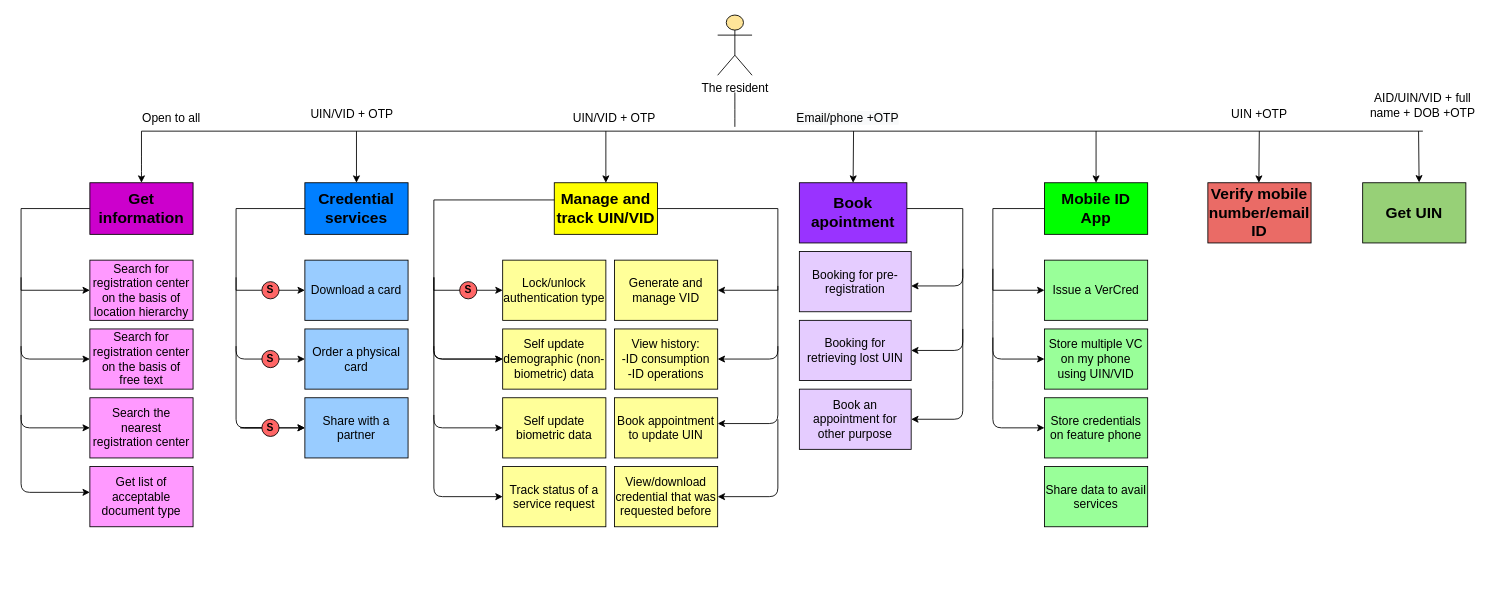
Before: resident-services-flow-chart/entire-feature-list.drawio in singhpragya279/Resident_services, a draw.io diagram. Source tidied: cells renumbered, new cells numbered last; positions are measured from the earlier drawing's top-left corner, leaving out a move shared by most shapes. Both pictures are drawn from the tidied source at 86%, with x=0, y=0 at pixel (21, 15).
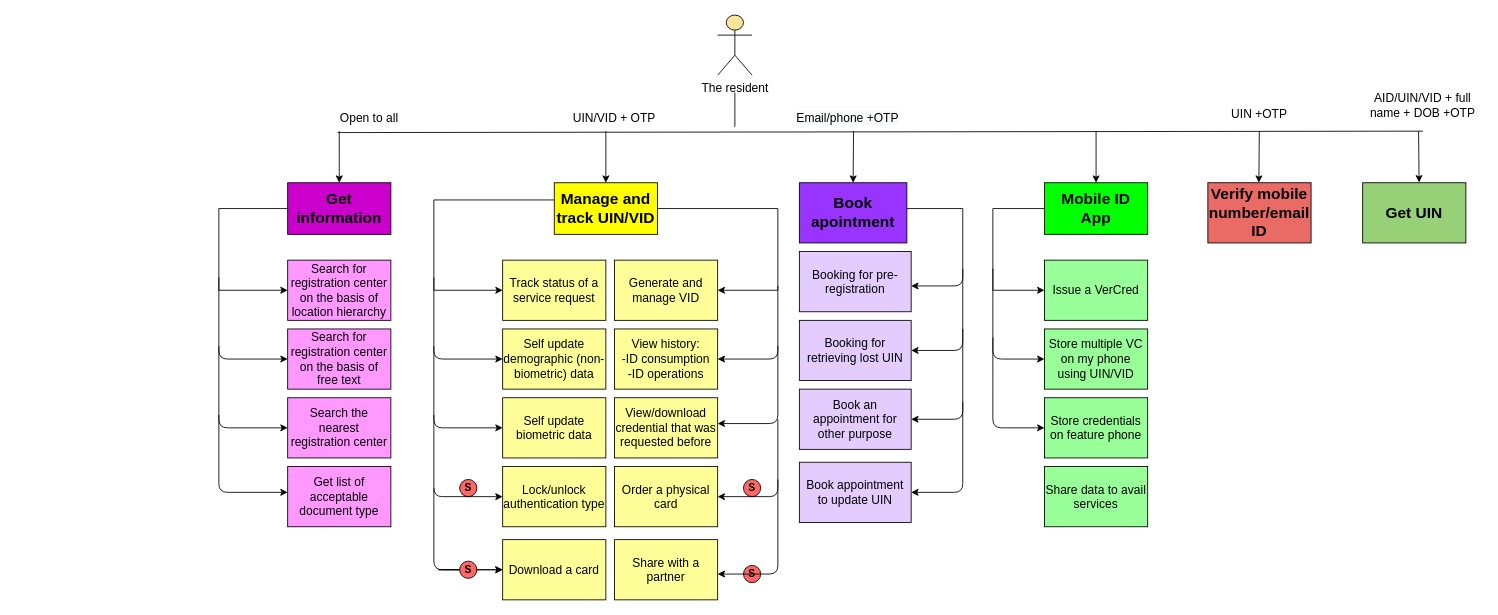
The same page after the edit.

Diff of the diagram source:
```diff
@@
-    <mxCell id="4" style="endArrow=none;html=1;" parent="1" edge="1">
+    <mxCell id="4" style="endArrow=none;html=1;exitX=0.164;exitY=1.333;exitDx=0;exitDy=0;exitPerimeter=0;" parent="1" edge="1" source="63">
       <mxGeometry relative="1" as="geometry">
-        <mxPoint x="140" y="135" as="sourcePoint" />
         <mxPoint x="1630" y="135" as="targetPoint" />
       </mxGeometry>
     </mxCell>
     <mxCell id="5" style="endArrow=classic;html=1;entryX=0.5;entryY=0;entryDx=0;entryDy=0;" parent="1" edge="1">
       <mxGeometry relative="1" as="geometry">
-        <mxPoint x="140" y="135" as="sourcePoint" />
-        <mxPoint x="140" y="195" as="targetPoint" />
+        <mxPoint x="370" y="135" as="sourcePoint" />
+        <mxPoint x="370" y="195" as="targetPoint" />
         <Array as="points">
-          <mxPoint x="140" y="175" />
+          <mxPoint x="370" y="175" />
         </Array>
       </mxGeometry>
     </mxCell>
-    <mxCell id="6" style="endArrow=classic;html=1;entryX=0.5;entryY=0;entryDx=0;entryDy=0;" parent="1" edge="1" target="13">
-      <mxGeometry relative="1" as="geometry">
-        <mxPoint x="390" y="135" as="sourcePoint" />
-      </mxGeometry>
-    </mxCell>
@@
     <mxCell id="9" style="edgeStyle=orthogonalEdgeStyle;rounded=0;jettySize=auto;html=1;entryX=0;entryY=0.5;entryDx=0;entryDy=0;" parent="1" edge="1" source="10" target="11">
       <mxGeometry relative="1" as="geometry">
         <Array as="points">
-          <mxPoint y="225" />
-          <mxPoint y="320" />
+          <mxPoint x="230" y="225" />
+          <mxPoint x="230" y="320" />
         </Array>
       </mxGeometry>
     </mxCell>
     <mxCell id="10" value="&lt;span&gt;&lt;font style=&quot;font-size: 18px&quot;&gt;&lt;b&gt;Get information&lt;/b&gt;&lt;/font&gt;&lt;/span&gt;" style="rounded=0;whiteSpace=wrap;html=1;fillColor=#CC00CC;" parent="1" vertex="1">
-      <mxGeometry x="80" y="195" width="120" height="60" as="geometry" />
+      <mxGeometry x="310" y="195" width="120" height="60" as="geometry" />
     </mxCell>
     <mxCell id="11" value="&lt;font style=&quot;font-size: 14px&quot;&gt;Search for registration center on the basis of location hierarchy&lt;/font&gt;" style="rounded=0;whiteSpace=wrap;html=1;fillColor=#FF99FF;" parent="1" vertex="1">
-      <mxGeometry x="80" y="285" width="120" height="70" as="geometry" />
+      <mxGeometry x="310" y="285" width="120" height="70" as="geometry" />
     </mxCell>
     <mxCell id="12" value="&lt;span&gt;&lt;font style=&quot;font-size: 14px&quot;&gt;Search the nearest registration center&lt;/font&gt;&lt;/span&gt;" style="rounded=0;whiteSpace=wrap;html=1;fillColor=#FF99FF;" parent="1" vertex="1">
-      <mxGeometry x="80" y="445" width="120" height="70" as="geometry" />
+      <mxGeometry x="310" y="445" width="120" height="70" as="geometry" />
     </mxCell>
-    <mxCell id="13" value="&lt;span&gt;&lt;font style=&quot;font-size: 18px&quot;&gt;&lt;b&gt;Credential services&lt;/b&gt;&lt;/font&gt;&lt;/span&gt;" style="rounded=0;whiteSpace=wrap;html=1;fillColor=#007FFF;" parent="1" vertex="1">
-      <mxGeometry x="330" y="195" width="120" height="60" as="geometry" />
-    </mxCell>
-    <mxCell id="14" value="&lt;span&gt;&lt;font style=&quot;font-size: 14px&quot;&gt;Download a card&lt;/font&gt;&lt;/span&gt;" style="rounded=0;whiteSpace=wrap;html=1;fillColor=#99CCFF;" parent="1" vertex="1">
-      <mxGeometry x="330" y="285" width="120" height="70" as="geometry" />
+    <mxCell id="14" value="&lt;span&gt;&lt;font style=&quot;font-size: 14px&quot;&gt;Download a card&lt;/font&gt;&lt;/span&gt;" style="rounded=0;whiteSpace=wrap;html=1;fillColor=#FFFF99;" parent="1" vertex="1">
+      <mxGeometry x="560" y="610" width="120" height="70" as="geometry" />
     </mxCell>
     <mxCell id="15" value="&lt;font style=&quot;font-size: 14px&quot;&gt;Search for registration center on the basis of free text&lt;/font&gt;" style="rounded=0;whiteSpace=wrap;html=1;fillColor=#FF99FF;" parent="1" vertex="1">
-      <mxGeometry x="80" y="365" width="120" height="70" as="geometry" />
+      <mxGeometry x="310" y="365" width="120" height="70" as="geometry" />
     </mxCell>
     <mxCell id="16" value="&lt;span&gt;&lt;font style=&quot;font-size: 14px&quot;&gt;Get list of acceptable document type&lt;/font&gt;&lt;/span&gt;" style="rounded=0;whiteSpace=wrap;html=1;fillColor=#FF99FF;" parent="1" vertex="1">
-      <mxGeometry x="80" y="525" width="120" height="70" as="geometry" />
+      <mxGeometry x="310" y="525" width="120" height="70" as="geometry" />
     </mxCell>
-    <mxCell id="17" value="&lt;span&gt;&lt;font style=&quot;font-size: 14px&quot;&gt;Order a physical card&lt;/font&gt;&lt;/span&gt;" style="rounded=0;whiteSpace=wrap;html=1;fillColor=#99CCFF;" parent="1" vertex="1">
-      <mxGeometry x="330" y="365" width="120" height="70" as="geometry" />
+    <mxCell id="17" value="&lt;span&gt;&lt;font style=&quot;font-size: 14px&quot;&gt;Order a physical card&lt;/font&gt;&lt;/span&gt;" style="rounded=0;whiteSpace=wrap;html=1;fillColor=#FFFF99;" parent="1" vertex="1">
+      <mxGeometry x="690" y="525" width="120" height="70" as="geometry" />
     </mxCell>
     <mxCell id="18" style="endArrow=classic;html=1;entryX=0;entryY=0.5;entryDx=0;entryDy=0;" parent="1" edge="1" target="15">
       <mxGeometry relative="1" as="geometry">
-        <mxPoint y="305" as="sourcePoint" />
+        <mxPoint x="230" y="305" as="sourcePoint" />
         <Array as="points">
-          <mxPoint y="400" />
+          <mxPoint x="230" y="400" />
         </Array>
       </mxGeometry>
     </mxCell>
     <mxCell id="19" style="endArrow=classic;html=1;entryX=0;entryY=0.5;entryDx=0;entryDy=0;" parent="1" edge="1">
       <mxGeometry relative="1" as="geometry">
-        <mxPoint y="385" as="sourcePoint" />
-        <mxPoint x="80" y="480" as="targetPoint" />
+        <mxPoint x="230" y="385" as="sourcePoint" />
+        <mxPoint x="310" y="480" as="targetPoint" />
         <Array as="points">
-          <mxPoint y="480" />
+          <mxPoint x="230" y="480" />
         </Array>
       </mxGeometry>
     </mxCell>
     <mxCell id="20" style="endArrow=classic;html=1;entryX=0;entryY=0.5;entryDx=0;entryDy=0;" parent="1" edge="1">
       <mxGeometry relative="1" as="geometry">
-        <mxPoint y="465" as="sourcePoint" />
-        <mxPoint x="80" y="555" as="targetPoint" />
+        <mxPoint x="230" y="465" as="sourcePoint" />
+        <mxPoint x="310" y="555" as="targetPoint" />
         <Array as="points">
-          <mxPoint y="555" />
+          <mxPoint x="230" y="555" />
         </Array>
       </mxGeometry>
     </mxCell>
-    <mxCell id="21" style="edgeStyle=orthogonalEdgeStyle;rounded=0;orthogonalLoop=1;jettySize=auto;html=1;entryX=0;entryY=0.5;entryDx=0;entryDy=0;" parent="1" edge="1">
-      <mxGeometry relative="1" as="geometry">
-        <mxPoint x="330" y="225" as="sourcePoint" />
-        <mxPoint x="330" y="320" as="targetPoint" />
-        <Array as="points">
-          <mxPoint x="250" y="225" />
-          <mxPoint x="250" y="320" />
-        </Array>
-      </mxGeometry>
-    </mxCell>
-    <mxCell id="22" style="endArrow=classic;html=1;entryX=0;entryY=0.5;entryDx=0;entryDy=0;" parent="1" edge="1">
-      <mxGeometry relative="1" as="geometry">
-        <mxPoint x="250" y="305" as="sourcePoint" />
-        <mxPoint x="330" y="400" as="targetPoint" />
-        <Array as="points">
-          <mxPoint x="250" y="400" />
-        </Array>
-      </mxGeometry>
-    </mxCell>
     <mxCell id="23" style="endArrow=classic;html=1;entryX=0;entryY=0.5;entryDx=0;entryDy=0;" parent="1" edge="1" source="39">
       <mxGeometry relative="1" as="geometry">
-        <mxPoint x="330" y="480" as="targetPoint" />
+        <mxPoint x="560" y="645" as="targetPoint" />
         <Array as="points">
-          <mxPoint x="250" y="480" />
+          <mxPoint x="480" y="645" />
         </Array>
       </mxGeometry>
     </mxCell>
-    <mxCell id="24" value="&lt;span&gt;&lt;font style=&quot;font-size: 14px&quot;&gt;Share with a partner&lt;/font&gt;&lt;/span&gt;" style="rounded=0;whiteSpace=wrap;html=1;fillColor=#99CCFF;strokeColor=#000000;" parent="1" vertex="1">
-      <mxGeometry x="330" y="445" width="120" height="70" as="geometry" />
+    <mxCell id="24" value="&lt;span&gt;&lt;font style=&quot;font-size: 14px&quot;&gt;Share with a partner&lt;/font&gt;&lt;/span&gt;" style="rounded=0;whiteSpace=wrap;html=1;fillColor=#FFFF99;strokeColor=#000000;" parent="1" vertex="1">
+      <mxGeometry x="690" y="610" width="120" height="70" as="geometry" />
     </mxCell>
-    <mxCell id="25" value="&lt;span style=&quot;font-size: 14px&quot;&gt;Lock/unlock authentication type&lt;/span&gt;" style="rounded=0;whiteSpace=wrap;html=1;fillColor=#FFFF99;" parent="1" vertex="1">
+    <mxCell id="25" value="&lt;span style=&quot;font-size: 14px&quot;&gt;Track status of a service request&lt;/span&gt;" style="rounded=0;whiteSpace=wrap;html=1;fillColor=#FFFF99;" parent="1" vertex="1">
       <mxGeometry x="560" y="285" width="120" height="70" as="geometry" />
     </mxCell>
@@
     <mxCell id="34" value="&lt;b&gt;S&lt;/b&gt;" style="ellipse;whiteSpace=wrap;html=1;fillColor=#FF6666;" parent="1" vertex="1">
-      <mxGeometry x="280" y="310" width="20" height="20" as="geometry" />
+      <mxGeometry x="840" y="540" width="20" height="20" as="geometry" />
     </mxCell>
     <mxCell id="35" value="&lt;b&gt;S&lt;/b&gt;" style="ellipse;whiteSpace=wrap;html=1;fillColor=#FF6666;" parent="1" vertex="1">
-      <mxGeometry x="280" y="390" width="20" height="20" as="geometry" />
+      <mxGeometry x="840" y="640" width="20" height="20" as="geometry" />
     </mxCell>
     <mxCell id="36" style="endArrow=classic;html=1;entryX=0;entryY=0.5;entryDx=0;entryDy=0;" parent="1" edge="1">
       <mxGeometry relative="1" as="geometry">
-        <mxPoint x="250" y="385" as="sourcePoint" />
-        <mxPoint x="330" y="480" as="targetPoint" />
+        <mxPoint x="480" y="550" as="sourcePoint" />
+        <mxPoint x="560" y="645" as="targetPoint" />
         <Array as="points">
-          <mxPoint x="250" y="480" />
+          <mxPoint x="480" y="645" />
         </Array>
       </mxGeometry>
     </mxCell>
@@
-    <mxCell id="38" style="endArrow=classic;html=1;entryX=0;entryY=0.5;entryDx=0;entryDy=0;" parent="1" edge="1">
-      <mxGeometry relative="1" as="geometry">
-        <mxPoint x="480" y="305" as="sourcePoint" />
-        <mxPoint x="560" y="400" as="targetPoint" />
-        <Array as="points">
-          <mxPoint x="480" y="400" />
-        </Array>
-      </mxGeometry>
-    </mxCell>
     <mxCell id="39" value="&lt;b&gt;S&lt;/b&gt;" style="ellipse;whiteSpace=wrap;html=1;fillColor=#FF6666;" parent="1" vertex="1">
-      <mxGeometry x="280" y="470" width="20" height="20" as="geometry" />
+      <mxGeometry x="510" y="635" width="20" height="20" as="geometry" />
     </mxCell>
@@
     <mxCell id="53" value="&lt;b&gt;S&lt;/b&gt;" style="ellipse;whiteSpace=wrap;html=1;fillColor=#FF6666;" parent="1" vertex="1">
-      <mxGeometry x="510" y="310" width="20" height="20" as="geometry" />
+      <mxGeometry x="510" y="540" width="20" height="20" as="geometry" />
     </mxCell>
     <mxCell id="54" value="&lt;span style=&quot;font-size: 14px&quot;&gt;View/download credential that was requested before&lt;/span&gt;" style="rounded=0;whiteSpace=wrap;html=1;fillColor=#FFFF99;" parent="1" vertex="1">
-      <mxGeometry x="690" y="525" width="120" height="70" as="geometry" />
+      <mxGeometry x="690" y="445" width="120" height="70" as="geometry" />
     </mxCell>
-    <mxCell id="55" value="&lt;font style=&quot;font-size: 14px&quot;&gt;Track status of a service request&lt;/font&gt;" style="rounded=0;whiteSpace=wrap;html=1;fillColor=#FFFF99;" parent="1" vertex="1">
+    <mxCell id="55" value="&lt;span style=&quot;font-size: 14px&quot;&gt;Lock/unlock authentication type&lt;/span&gt;" style="rounded=0;whiteSpace=wrap;html=1;fillColor=#FFFF99;" parent="1" vertex="1">
       <mxGeometry x="560" y="525" width="120" height="70" as="geometry" />
     </mxCell>
-    <mxCell id="56" value="&lt;span style=&quot;font-size: 14px&quot;&gt;Book appointment to update UIN&lt;/span&gt;&lt;span&gt;&lt;font&gt;&lt;br&gt;&lt;/font&gt;&lt;/span&gt;" style="rounded=0;whiteSpace=wrap;html=1;fillColor=#FFFF99;" parent="1" vertex="1">
-      <mxGeometry x="690" y="445" width="120" height="70" as="geometry" />
-    </mxCell>
@@
-    <mxCell id="62" value="&lt;font style=&quot;font-size: 14px&quot;&gt;UIN/VID + OTP&lt;/font&gt;" style="text;html=1;strokeColor=none;fillColor=none;align=center;verticalAlign=middle;whiteSpace=wrap;rounded=0;" parent="1" vertex="1">
-      <mxGeometry x="330" y="105" width="110" height="20" as="geometry" />
-    </mxCell>
     <mxCell id="63" value="&lt;font style=&quot;font-size: 14px&quot;&gt;Open to all&lt;/font&gt;" style="text;html=1;strokeColor=none;fillColor=none;align=center;verticalAlign=middle;whiteSpace=wrap;rounded=0;" parent="1" vertex="1">
-      <mxGeometry x="120" y="110" width="110" height="20" as="geometry" />
+      <mxGeometry x="350" y="110" width="110" height="20" as="geometry" />
     </mxCell>
@@
-    <mxCell id="65" style="endArrow=classic;html=1;entryX=1;entryY=0.5;entryDx=0;entryDy=0;" parent="1" edge="1" target="54">
+    <mxCell id="65" style="endArrow=classic;html=1;entryX=1;entryY=0.5;entryDx=0;entryDy=0;" parent="1" edge="1" target="17">
       <mxGeometry relative="1" as="geometry">
         <mxPoint x="880" y="470" as="sourcePoint" />
         <Array as="points">
           <mxPoint x="880" y="560" />
         </Array>
       </mxGeometry>
     </mxCell>
@@
+    <mxCell id="75" style="endArrow=classic;html=1;entryX=1;entryY=0.5;entryDx=0;entryDy=0;" parent="1" edge="1">
+      <mxGeometry relative="1" as="geometry">
+        <mxPoint x="880" y="540" as="sourcePoint" />
+        <mxPoint x="810" y="650" as="targetPoint" />
+        <Array as="points">
+          <mxPoint x="880" y="650" />
+        </Array>
+      </mxGeometry>
+    </mxCell>
+    <mxCell id="76" style="endArrow=classic;html=1;" parent="1" edge="1">
+      <mxGeometry relative="1" as="geometry">
+        <mxPoint x="1095" y="450" as="sourcePoint" />
+        <mxPoint x="1035" y="555" as="targetPoint" />
+        <Array as="points">
+          <mxPoint x="1095" y="555" />
+        </Array>
+      </mxGeometry>
+    </mxCell>
+    <mxCell id="56" value="&lt;span style=&quot;font-size: 14px&quot;&gt;Book appointment to update UIN&lt;/span&gt;" style="rounded=0;whiteSpace=wrap;html=1;fillColor=#E5CCFF;" parent="1" vertex="1">
+      <mxGeometry x="905" y="520" width="130" height="70" as="geometry" />
+    </mxCell>
```
